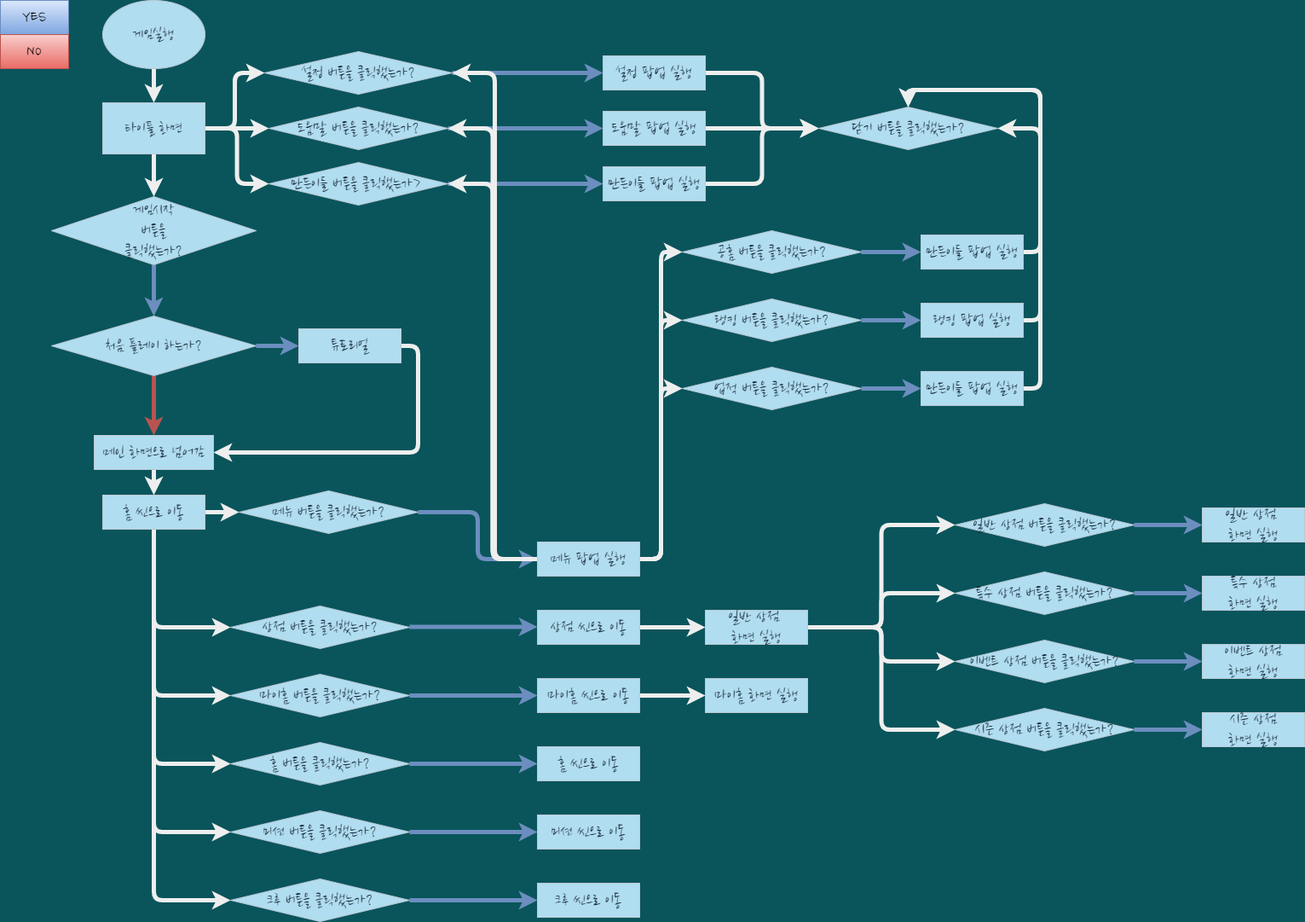
Earlier version of the draw.io export gameplay_flowchat.drawio.png (kinesis19/stac_project_SME). Source tidied: cells renumbered, new cells last; positions are measured from the earlier drawing's top-left corner, leaving out a move shared by most shapes.
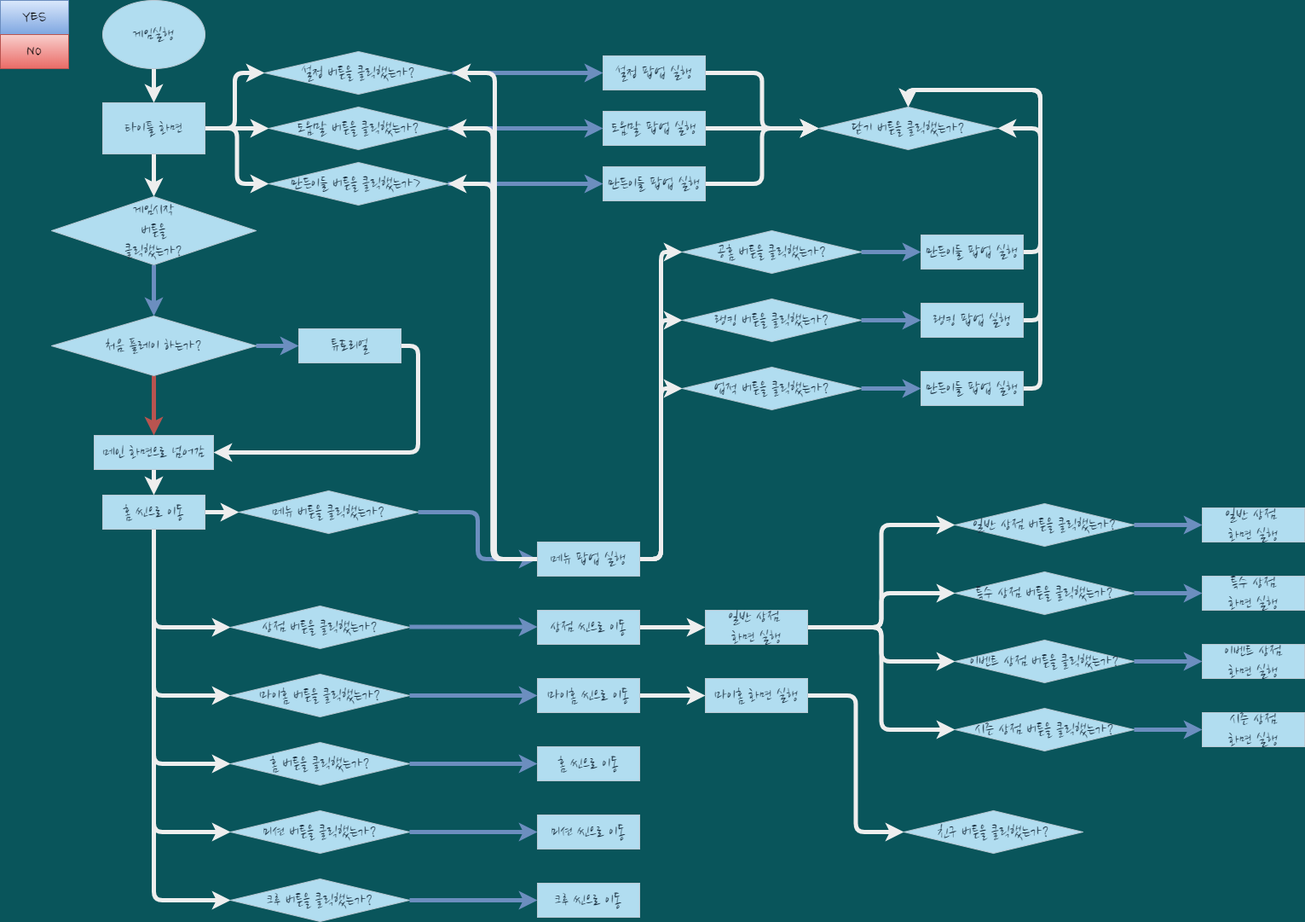
After the commit.

What changed in the source:
```diff
@@ -304,8 +304,14 @@
     <mxCell id="94" value="일반 상점 &lt;br&gt;화면 실행" style="rounded=0;whiteSpace=wrap;html=1;sketch=0;fontFamily=Nanum Brush Script;fontSource=https%3A%2F%2Ffonts.googleapis.com%2Fcss%3Ffamily%3DNanum%2BBrush%2BScript;fontSize=20;fillColor=#B1DDF0;strokeColor=#BAC8D3;fontColor=#182E3E;" parent="1" vertex="1">
       <mxGeometry x="827" y="715" width="120" height="40" as="geometry" />
     </mxCell>
+    <mxCell id="96" style="edgeStyle=orthogonalEdgeStyle;curved=0;rounded=1;sketch=0;jettySize=auto;html=1;exitX=1;exitY=0.5;exitDx=0;exitDy=0;entryX=0;entryY=0.5;entryDx=0;entryDy=0;fontColor=#FFFFFF;strokeColor=#EEEEEE;strokeWidth=5;" parent="1" edge="1" source="95" target="97">
+      <mxGeometry relative="1" as="geometry" />
+    </mxCell>
     <mxCell id="95" value="마이홈 화면 실행" style="rounded=0;whiteSpace=wrap;html=1;sketch=0;fontFamily=Nanum Brush Script;fontSource=https%3A%2F%2Ffonts.googleapis.com%2Fcss%3Ffamily%3DNanum%2BBrush%2BScript;fontSize=20;fillColor=#B1DDF0;strokeColor=#BAC8D3;fontColor=#182E3E;" parent="1" vertex="1">
       <mxGeometry x="827" y="795" width="120" height="40" as="geometry" />
     </mxCell>
+    <mxCell id="97" value="친구 버튼을 클릭했는가?" style="rhombus;whiteSpace=wrap;html=1;rounded=0;sketch=0;fontFamily=Nanum Brush Script;fontSource=https%3A%2F%2Ffonts.googleapis.com%2Fcss%3Ffamily%3DNanum%2BBrush%2BScript;fontSize=20;fillColor=#B1DDF0;strokeColor=#BAC8D3;fontColor=#182E3E;" parent="1" vertex="1">
+      <mxGeometry x="1060" y="950" width="210" height="50" as="geometry" />
+    </mxCell>
   </root>
 </mxGraphModel>
```
